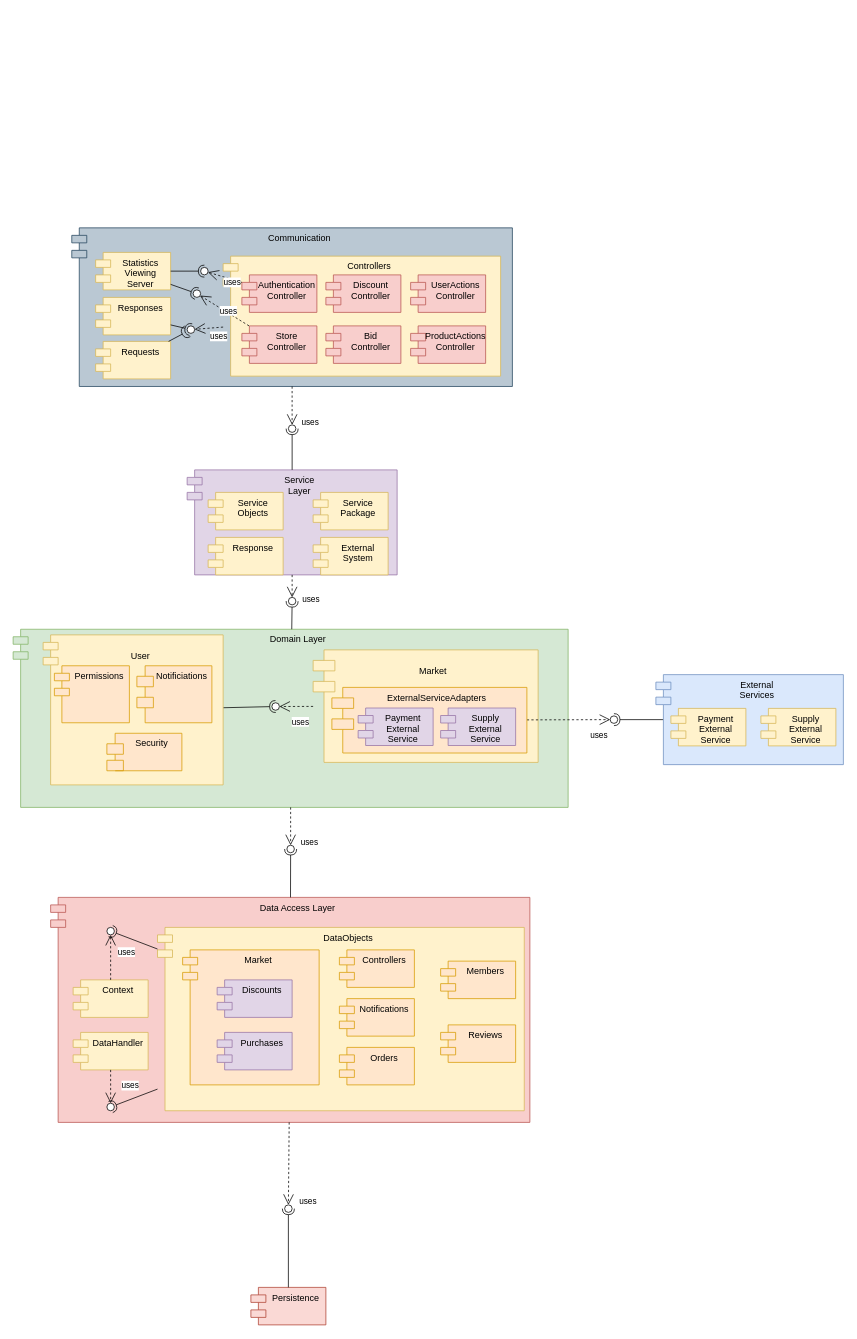
Earlier version of the draw.io diagram page "Component Diagram" (2 of 3) of Workshop.drawio (itaitzruia4/Workshop). Source tidied: cells renumbered, new cells numbered last; positions are measured from the earlier drawing's top-left corner, leaving out a move shared by most shapes. Both pictures are drawn from the tidied source at 75%, with x=0, y=0 at pixel (13, 227).
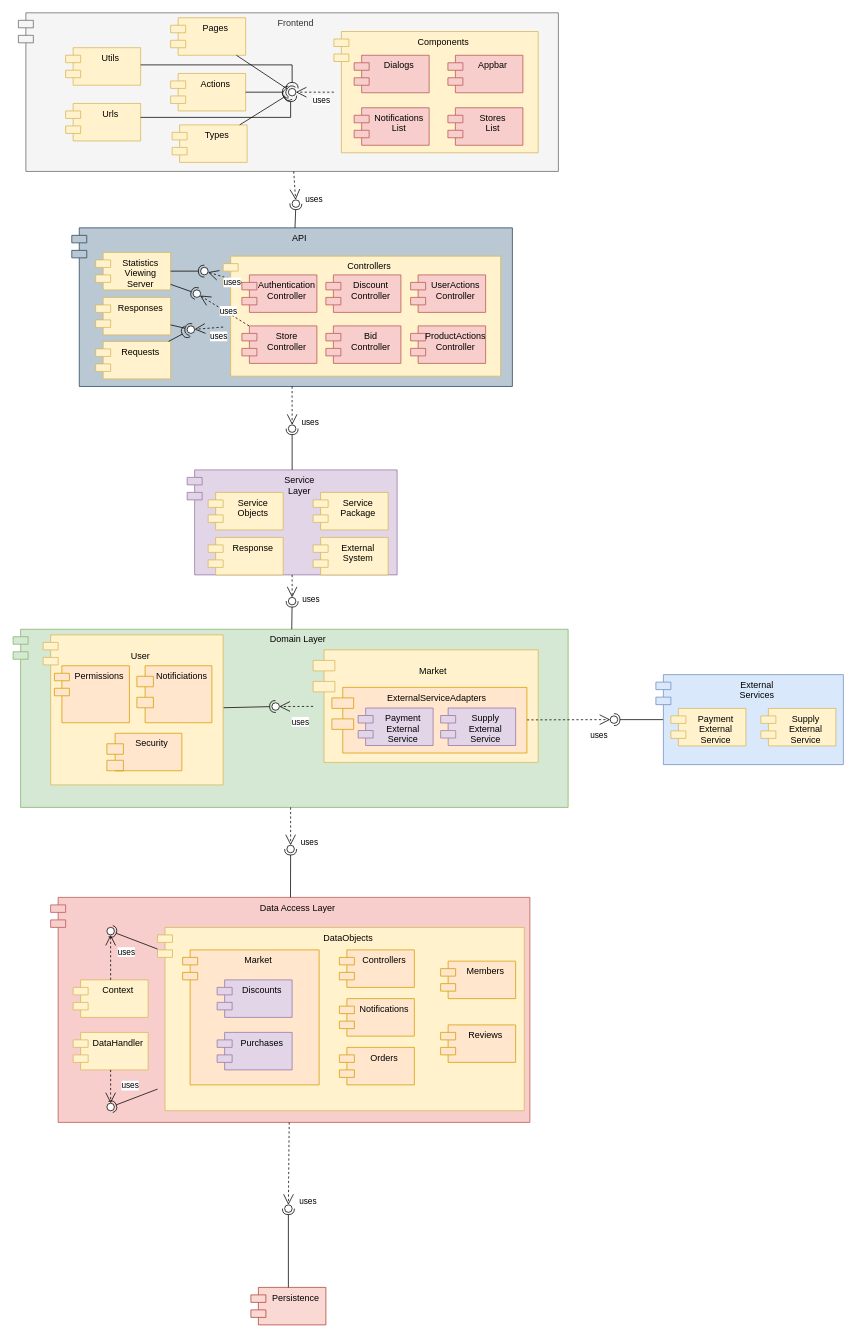
After the change.

Commit message:
updated Frontend component diagram

The edit, as a diff of the source:
```diff
@@
-    <mxCell id="12" value="Communication" style="shape=module;align=left;spacingLeft=20;align=center;verticalAlign=top;fillColor=#bac8d3;strokeColor=#23445d;" parent="1" vertex="1">
+    <mxCell id="12" value="API" style="shape=module;align=left;spacingLeft=20;align=center;verticalAlign=top;fillColor=#bac8d3;strokeColor=#23445d;" parent="1" vertex="1">
       <mxGeometry x="78.2" y="0.3" width="587.5" height="211.5" as="geometry" />
     </mxCell>
@@
+    <mxCell id="92" value="Frontend" style="shape=module;align=left;spacingLeft=20;align=center;verticalAlign=top;fillColor=#f5f5f5;strokeColor=#666666;fontColor=#333333;" parent="1" vertex="1">
+      <mxGeometry x="7" y="-286.4" width="720" height="211.5" as="geometry" />
+    </mxCell>
+    <mxCell id="93" value="Types" style="shape=module;align=left;spacingLeft=20;align=center;verticalAlign=top;fillColor=#fff2cc;strokeColor=#d6b656;" parent="1" vertex="1">
+      <mxGeometry x="212" y="-137" width="100" height="50" as="geometry" />
+    </mxCell>
+    <mxCell id="94" value="Urls" style="shape=module;align=left;spacingLeft=20;align=center;verticalAlign=top;fillColor=#fff2cc;strokeColor=#d6b656;" parent="1" vertex="1">
+      <mxGeometry x="70" y="-165.6" width="100" height="50" as="geometry" />
+    </mxCell>
+    <mxCell id="95" value="Utils" style="shape=module;align=left;spacingLeft=20;align=center;verticalAlign=top;fillColor=#fff2cc;strokeColor=#d6b656;" parent="1" vertex="1">
+      <mxGeometry x="70" y="-239.9" width="100" height="50" as="geometry" />
+    </mxCell>
+    <mxCell id="96" value="Actions" style="shape=module;align=left;spacingLeft=20;align=center;verticalAlign=top;fillColor=#fff2cc;strokeColor=#d6b656;" parent="1" vertex="1">
+      <mxGeometry x="210" y="-205.6" width="100" height="50" as="geometry" />
+    </mxCell>
+    <mxCell id="97" value="Components" style="shape=module;align=left;spacingLeft=20;align=center;verticalAlign=top;fillColor=#fff2cc;strokeColor=#d6b656;" parent="1" vertex="1">
+      <mxGeometry x="427.7" y="-261.5" width="272.3" height="161.7" as="geometry" />
+    </mxCell>
+    <mxCell id="98" value="Pages" style="shape=module;align=left;spacingLeft=20;align=center;verticalAlign=top;fillColor=#fff2cc;strokeColor=#d6b656;" parent="1" vertex="1">
+      <mxGeometry x="210" y="-279.8" width="100" height="50" as="geometry" />
+    </mxCell>
+    <mxCell id="99" value="Dialogs" style="shape=module;align=left;spacingLeft=20;align=center;verticalAlign=top;fillColor=#f8cecc;strokeColor=#b85450;" parent="1" vertex="1">
+      <mxGeometry x="454.7" y="-229.8" width="100" height="50" as="geometry" />
+    </mxCell>
+    <mxCell id="100" value="Appbar" style="shape=module;align=left;spacingLeft=20;align=center;verticalAlign=top;fillColor=#f8cecc;strokeColor=#b85450;" parent="1" vertex="1">
+      <mxGeometry x="579.7" y="-229.8" width="100" height="50" as="geometry" />
+    </mxCell>
+    <mxCell id="101" value="Notifications&#10;List" style="shape=module;align=left;spacingLeft=20;align=center;verticalAlign=top;fillColor=#f8cecc;strokeColor=#b85450;" parent="1" vertex="1">
+      <mxGeometry x="454.7" y="-159.8" width="100" height="50" as="geometry" />
+    </mxCell>
+    <mxCell id="102" value="Stores&#10;List" style="shape=module;align=left;spacingLeft=20;align=center;verticalAlign=top;fillColor=#f8cecc;strokeColor=#b85450;" parent="1" vertex="1">
+      <mxGeometry x="579.7" y="-159.8" width="100" height="50" as="geometry" />
+    </mxCell>
+    <mxCell id="103" style="rounded=0;jettySize=auto;html=1;endArrow=halfCircle;endFill=0;entryX=0.5;entryY=0.5;endSize=6;strokeWidth=1;sketch=0;" parent="1" edge="1" source="12" target="104">
+      <mxGeometry relative="1" as="geometry" />
+    </mxCell>
+    <mxCell id="104" style="ellipse;whiteSpace=wrap;html=1;align=center;points=[];outlineConnect=0;sketch=0;" parent="1" vertex="1">
+      <mxGeometry x="372" y="-37" width="10" height="10" as="geometry" />
+    </mxCell>
+    <mxCell id="105" style="endArrow=open;endSize=12;dashed=1;html=1;rounded=0;" parent="1" edge="1" source="92" target="104">
+      <mxGeometry x="0.47" y="-72" relative="1" as="geometry" />
+    </mxCell>
+    <mxCell id="106" value="uses" style="edgeLabel;html=1;align=center;verticalAlign=middle;" parent="105" vertex="1">
+      <mxGeometry x="0.52" y="2" relative="1" as="geometry">
+        <mxPoint x="22" y="8" as="offset" />
+      </mxGeometry>
+    </mxCell>
+    <mxCell id="107" style="rounded=0;jettySize=auto;html=1;endArrow=halfCircle;endFill=0;entryX=0.5;entryY=0.5;endSize=6;strokeWidth=1;sketch=0;" parent="1" edge="1" source="98" target="108">
+      <mxGeometry relative="1" as="geometry" />
+    </mxCell>
+    <mxCell id="108" style="ellipse;whiteSpace=wrap;html=1;align=center;points=[];outlineConnect=0;sketch=0;" parent="1" vertex="1">
+      <mxGeometry x="367" y="-185.6" width="10" height="10" as="geometry" />
+    </mxCell>
+    <mxCell id="109" style="endArrow=open;endSize=12;dashed=1;html=1;rounded=0;" parent="1" edge="1" source="97" target="108">
+      <mxGeometry x="0.47" y="-72" relative="1" as="geometry" />
+    </mxCell>
+    <mxCell id="110" value="uses" style="edgeLabel;html=1;align=center;verticalAlign=middle;" parent="109" vertex="1">
+      <mxGeometry x="0.52" y="2" relative="1" as="geometry">
+        <mxPoint x="22" y="8" as="offset" />
+      </mxGeometry>
+    </mxCell>
+    <mxCell id="111" style="rounded=0;jettySize=auto;html=1;endArrow=halfCircle;endFill=0;endSize=6;strokeWidth=1;sketch=0;" parent="1" edge="1" source="96" target="108">
+      <mxGeometry relative="1" as="geometry" />
+    </mxCell>
+    <mxCell id="112" style="rounded=0;jettySize=auto;html=1;endArrow=halfCircle;endFill=0;endSize=6;strokeWidth=1;sketch=0;" parent="1" edge="1" source="93" target="108">
+      <mxGeometry relative="1" as="geometry" />
+    </mxCell>
+    <mxCell id="113" style="rounded=0;jettySize=auto;html=1;endArrow=halfCircle;endFill=0;endSize=6;strokeWidth=1;sketch=0;edgeStyle=orthogonalEdgeStyle;" parent="1" edge="1" source="95" target="108">
+      <mxGeometry relative="1" as="geometry">
+        <Array as="points">
+          <mxPoint x="372" y="-217" />
+        </Array>
+      </mxGeometry>
+    </mxCell>
+    <mxCell id="114" style="rounded=0;jettySize=auto;html=1;endArrow=halfCircle;endFill=0;endSize=6;strokeWidth=1;sketch=0;edgeStyle=orthogonalEdgeStyle;" parent="1" edge="1" source="94" target="108">
+      <mxGeometry relative="1" as="geometry">
+        <Array as="points">
+          <mxPoint x="370" y="-147" />
+        </Array>
+      </mxGeometry>
+    </mxCell>
```
